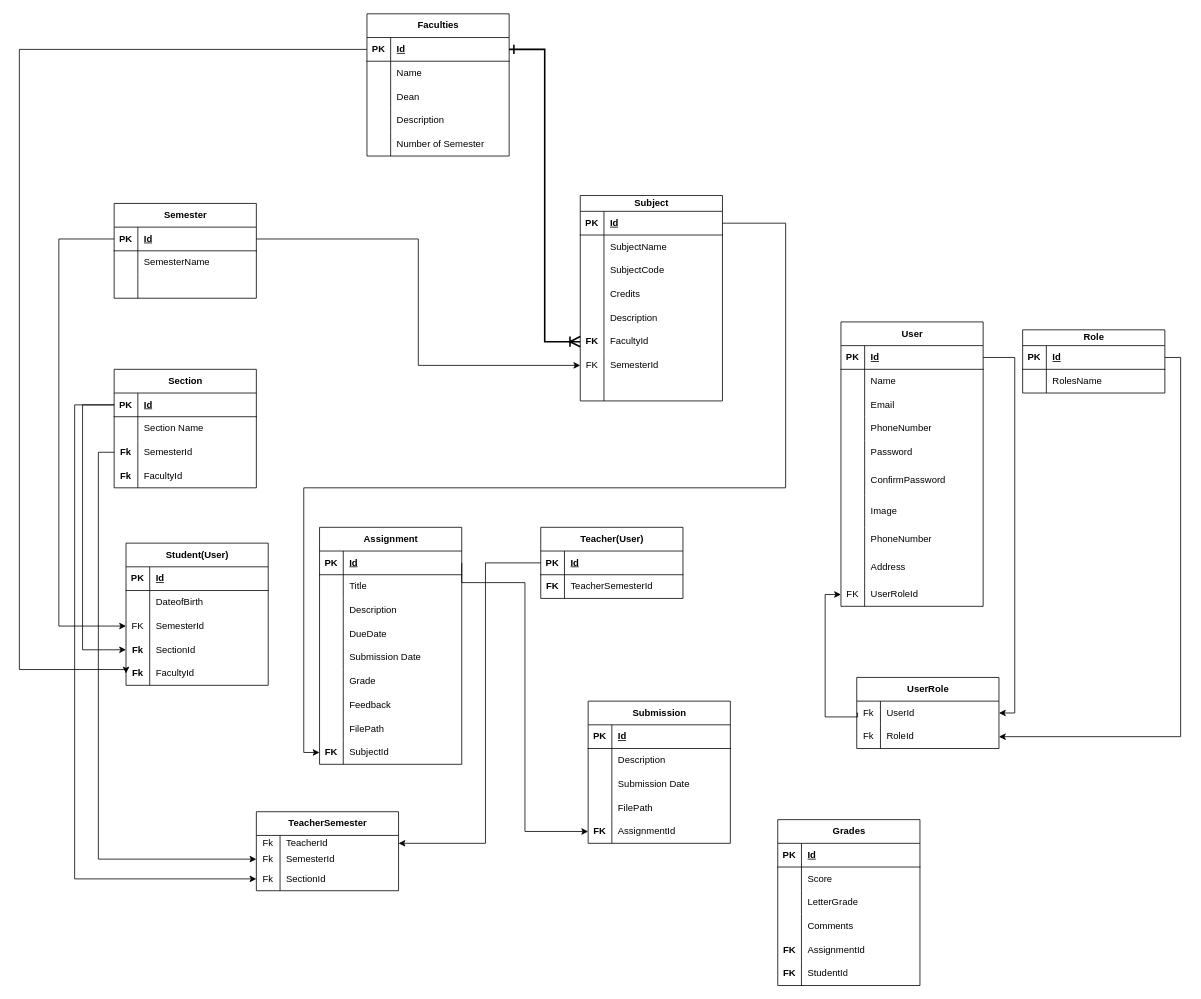
Before: Untitled Diagram.drawio in Prakriti4/DotNetMVC, a draw.io diagram. Source tidied: cells renumbered, new cells numbered last; positions are measured from the earlier drawing's top-left corner, leaving out a move shared by most shapes. Both pictures are drawn from the tidied source at 79%, with x=0, y=0 at pixel (19, 13).
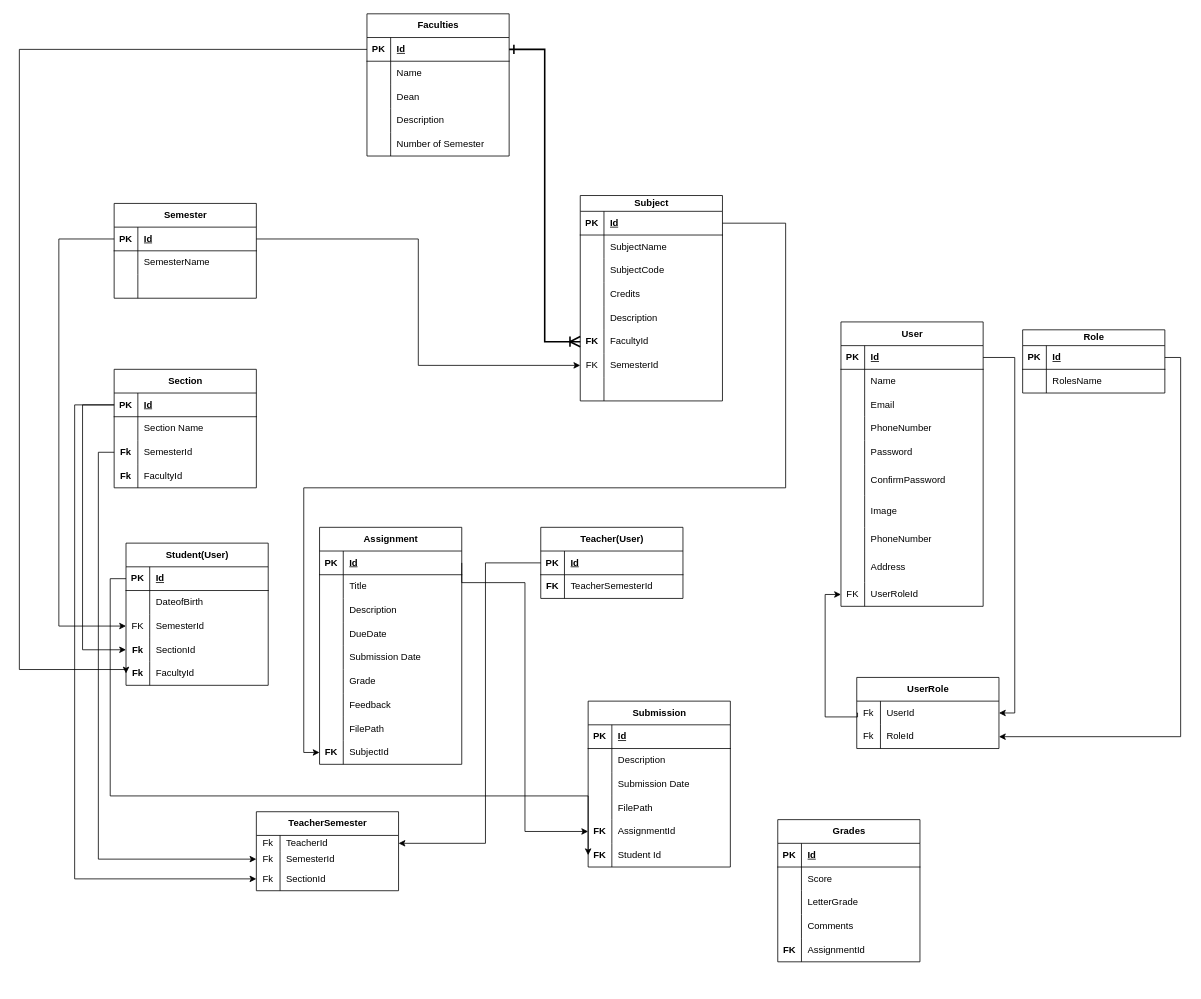
The same page after the edit.

The change refers to these unchanged cells:
```xml
<mxCell id="38" style="shape=tableRow;horizontal=0;startSize=0;swimlaneHead=0;swimlaneBody=0;fillColor=none;points=[[0,0.5],[1,0.5]];portConstraint=eastwest;top=0;left=0;right=0;bottom=1;" parent="37" vertex="1">
  <mxGeometry y="30" width="180" height="30" as="geometry" />
</mxCell>
```

Change to the diagram source:
```diff
@@
     <mxCell id="184" value="Submission" style="shape=table;startSize=30;childLayout=tableLayout;rowLines=0;fontStyle=1;align=center;html=1;" parent="1" vertex="1">
-      <mxGeometry x="720" y="870" width="180" height="180" as="geometry" />
+      <mxGeometry x="720" y="870" width="180" height="210" as="geometry" />
     </mxCell>
@@
+    <mxCell id="217" style="shape=tableRow;horizontal=0;startSize=0;swimlaneHead=0;swimlaneBody=0;fillColor=none;points=[[0,0.5],[1,0.5]];portConstraint=eastwest;top=0;left=0;right=0;bottom=0;" parent="184" vertex="1">
+      <mxGeometry y="180" width="180" height="30" as="geometry" />
+    </mxCell>
+    <mxCell id="218" value="&lt;b&gt;FK&lt;/b&gt;" style="shape=partialRectangle;fillColor=none;top=0;left=0;bottom=0;right=0;overflow=hidden;whiteSpace=wrap;html=1;" parent="217" vertex="1">
+      <mxGeometry width="30" height="30" as="geometry" />
+    </mxCell>
+    <mxCell id="220" value="Student Id&amp;nbsp;" style="shape=partialRectangle;fillColor=none;top=0;left=0;bottom=0;right=0;align=left;spacingLeft=6;overflow=hidden;whiteSpace=wrap;html=1;" parent="217" vertex="1">
+      <mxGeometry x="30" width="150" height="30" as="geometry" />
+    </mxCell>
@@
     <mxCell id="201" value="Grades" style="shape=table;startSize=30;childLayout=tableLayout;rowLines=0;fontStyle=1;align=center;html=1;" parent="1" vertex="1">
-      <mxGeometry x="960" y="1020" width="180" height="210" as="geometry" />
+      <mxGeometry x="960" y="1020" width="180" height="180" as="geometry" />
     </mxCell>
@@
-    <mxCell id="217" style="shape=tableRow;horizontal=0;startSize=0;swimlaneHead=0;swimlaneBody=0;fillColor=none;points=[[0,0.5],[1,0.5]];portConstraint=eastwest;top=0;left=0;right=0;bottom=0;" parent="201" vertex="1">
-      <mxGeometry y="180" width="180" height="30" as="geometry" />
-    </mxCell>
-    <mxCell id="218" value="&lt;b&gt;FK&lt;/b&gt;" style="shape=partialRectangle;fillColor=none;top=0;left=0;bottom=0;right=0;overflow=hidden;whiteSpace=wrap;html=1;" parent="217" vertex="1">
-      <mxGeometry width="30" height="30" as="geometry" />
-    </mxCell>
-    <mxCell id="219" value="StudentId" style="shape=partialRectangle;fillColor=none;top=0;left=0;bottom=0;right=0;align=left;spacingLeft=6;overflow=hidden;whiteSpace=wrap;html=1;" parent="217" vertex="1">
-      <mxGeometry x="30" width="150" height="30" as="geometry" />
-    </mxCell>
+    <mxCell id="221" style="edgeStyle=orthogonalEdgeStyle;rounded=0;jettySize=auto;html=1;exitX=0;exitY=0.5;exitDx=0;exitDy=0;entryX=0;entryY=0.5;entryDx=0;entryDy=0;" parent="1" edge="1" source="38" target="217">
+      <mxGeometry relative="1" as="geometry">
+        <Array as="points">
+          <mxPoint x="115" y="715" />
+          <mxPoint x="115" y="990" />
+          <mxPoint x="720" y="990" />
+        </Array>
+      </mxGeometry>
+    </mxCell>
```
